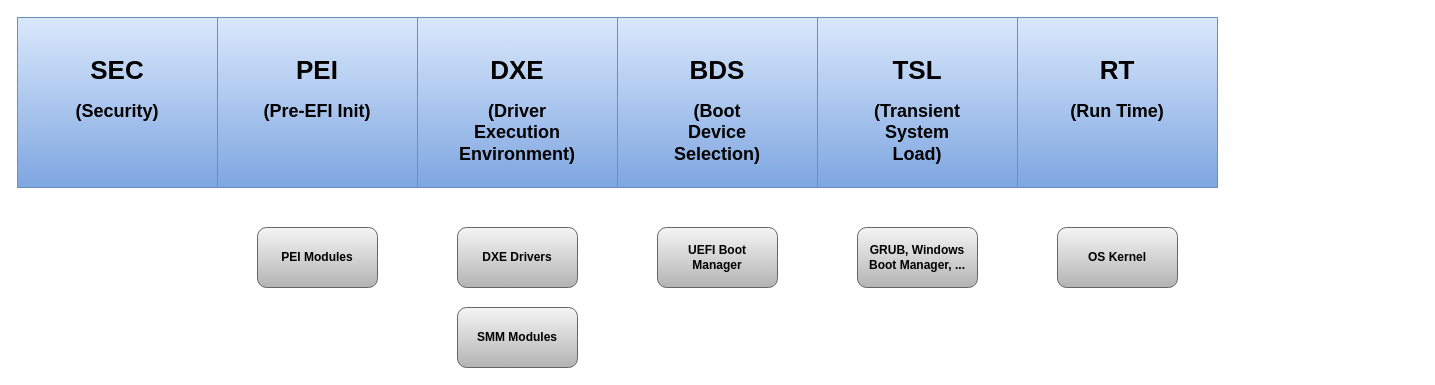
This is page "UEFI Phases" (3 of 3) of images/diagrams/AbismoDiagrams.drawio from TheMalwareGuardian/Abismo, a draw.io file, before an edit. Source tidied: cells renumbered, new cells numbered last; positions are measured from the earlier drawing's top-left corner, leaving out a move shared by most shapes. Both pictures are drawn from the tidied source at 100%, with x=0, y=0 at pixel (17, 17).
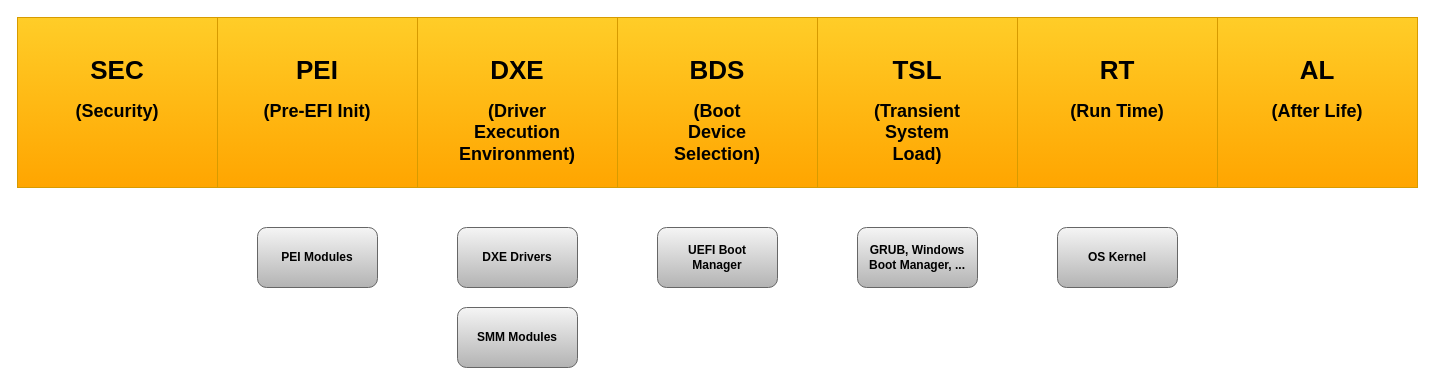
Above is the later version.

The edit, as a diff of the source:
```diff
@@
 <mxGraphModel>
   <root>
     <mxCell id="0" />
     <mxCell id="1" parent="0" />
-    <mxCell id="2" value="&lt;b style=&quot;&quot;&gt;&lt;font style=&quot;font-size: 26px;&quot;&gt;&lt;br&gt;SEC&lt;/font&gt;&lt;br&gt;&lt;br&gt;&lt;span style=&quot;font-size: 18px;&quot;&gt;(Security)&lt;/span&gt;&lt;/b&gt;" style="rounded=0;whiteSpace=wrap;html=1;strokeColor=#6c8ebf;align=center;verticalAlign=top;fontFamily=Helvetica;fontSize=12;fillColor=#dae8fc;gradientDirection=south;gradientColor=#7ea6e0;" parent="1" vertex="1">
+    <mxCell id="2" value="&lt;b style=&quot;&quot;&gt;&lt;font style=&quot;font-size: 26px;&quot;&gt;&lt;br&gt;SEC&lt;/font&gt;&lt;br&gt;&lt;br&gt;&lt;span style=&quot;font-size: 18px;&quot;&gt;(Security)&lt;/span&gt;&lt;/b&gt;" style="rounded=0;whiteSpace=wrap;html=1;strokeColor=#d79b00;align=center;verticalAlign=top;fontFamily=Helvetica;fontSize=12;fillColor=#ffcd28;gradientDirection=south;gradientColor=#ffa500;" parent="1" vertex="1">
       <mxGeometry width="200" height="170" as="geometry" />
     </mxCell>
-    <mxCell id="3" value="&lt;b style=&quot;border-color: var(--border-color);&quot;&gt;&lt;font style=&quot;font-size: 26px;&quot;&gt;&lt;br&gt;PEI&lt;/font&gt;&lt;br&gt;&lt;br style=&quot;border-color: var(--border-color);&quot;&gt;&lt;span style=&quot;font-size: 18px;&quot;&gt;(Pre-EFI Init)&lt;/span&gt;&lt;/b&gt;" style="rounded=0;whiteSpace=wrap;html=1;strokeColor=#6c8ebf;align=center;verticalAlign=top;fontFamily=Helvetica;fontSize=12;fillColor=#dae8fc;gradientDirection=south;gradientColor=#7ea6e0;" parent="1" vertex="1">
+    <mxCell id="3" value="&lt;b style=&quot;border-color: var(--border-color);&quot;&gt;&lt;font style=&quot;font-size: 26px;&quot;&gt;&lt;br&gt;PEI&lt;/font&gt;&lt;br&gt;&lt;br style=&quot;border-color: var(--border-color);&quot;&gt;&lt;span style=&quot;font-size: 18px;&quot;&gt;(Pre-EFI Init)&lt;/span&gt;&lt;/b&gt;" style="rounded=0;whiteSpace=wrap;html=1;strokeColor=#d79b00;align=center;verticalAlign=top;fontFamily=Helvetica;fontSize=12;fillColor=#ffcd28;gradientDirection=south;gradientColor=#ffa500;" parent="1" vertex="1">
       <mxGeometry x="200" width="200" height="170" as="geometry" />
     </mxCell>
-    <mxCell id="4" value="&lt;b style=&quot;border-color: var(--border-color);&quot;&gt;&lt;font style=&quot;font-size: 26px;&quot;&gt;&lt;br&gt;DXE&lt;/font&gt;&lt;br&gt;&lt;br style=&quot;border-color: var(--border-color);&quot;&gt;&lt;span style=&quot;font-size: 18px;&quot;&gt;(Driver &lt;/span&gt;&lt;br&gt;&lt;span style=&quot;font-size: 18px;&quot;&gt;Execution&lt;/span&gt;&lt;br&gt;&lt;span style=&quot;font-size: 18px;&quot;&gt;Environment)&lt;/span&gt;&lt;/b&gt;" style="rounded=0;whiteSpace=wrap;html=1;strokeColor=#6c8ebf;align=center;verticalAlign=top;fontFamily=Helvetica;fontSize=12;fillColor=#dae8fc;gradientColor=#7ea6e0;" parent="1" vertex="1">
+    <mxCell id="4" value="&lt;b style=&quot;border-color: var(--border-color);&quot;&gt;&lt;font style=&quot;font-size: 26px;&quot;&gt;&lt;br&gt;DXE&lt;/font&gt;&lt;br&gt;&lt;br style=&quot;border-color: var(--border-color);&quot;&gt;&lt;span style=&quot;font-size: 18px;&quot;&gt;(Driver &lt;/span&gt;&lt;br&gt;&lt;span style=&quot;font-size: 18px;&quot;&gt;Execution&lt;/span&gt;&lt;br&gt;&lt;span style=&quot;font-size: 18px;&quot;&gt;Environment)&lt;/span&gt;&lt;/b&gt;" style="rounded=0;whiteSpace=wrap;html=1;strokeColor=#d79b00;align=center;verticalAlign=top;fontFamily=Helvetica;fontSize=12;fillColor=#ffcd28;gradientColor=#ffa500;" parent="1" vertex="1">
       <mxGeometry x="400" width="200" height="170" as="geometry" />
     </mxCell>
-    <mxCell id="5" value="&lt;b style=&quot;border-color: var(--border-color);&quot;&gt;&lt;font style=&quot;font-size: 26px;&quot;&gt;&lt;br&gt;BDS&lt;/font&gt;&lt;br&gt;&lt;br style=&quot;border-color: var(--border-color);&quot;&gt;&lt;span style=&quot;font-size: 18px;&quot;&gt;(Boot&lt;/span&gt;&lt;br&gt;&lt;span style=&quot;font-size: 18px;&quot;&gt;Device&lt;/span&gt;&lt;br&gt;&lt;span style=&quot;font-size: 18px;&quot;&gt;Selection)&lt;/span&gt;&lt;/b&gt;" style="rounded=0;whiteSpace=wrap;html=1;strokeColor=#6c8ebf;align=center;verticalAlign=top;fontFamily=Helvetica;fontSize=12;fillColor=#dae8fc;gradientColor=#7ea6e0;" parent="1" vertex="1">
+    <mxCell id="5" value="&lt;b style=&quot;border-color: var(--border-color);&quot;&gt;&lt;font style=&quot;font-size: 26px;&quot;&gt;&lt;br&gt;BDS&lt;/font&gt;&lt;br&gt;&lt;br style=&quot;border-color: var(--border-color);&quot;&gt;&lt;span style=&quot;font-size: 18px;&quot;&gt;(Boot&lt;/span&gt;&lt;br&gt;&lt;span style=&quot;font-size: 18px;&quot;&gt;Device&lt;/span&gt;&lt;br&gt;&lt;span style=&quot;font-size: 18px;&quot;&gt;Selection)&lt;/span&gt;&lt;/b&gt;" style="rounded=0;whiteSpace=wrap;html=1;strokeColor=#d79b00;align=center;verticalAlign=top;fontFamily=Helvetica;fontSize=12;fillColor=#ffcd28;gradientColor=#ffa500;" parent="1" vertex="1">
       <mxGeometry x="600" width="200" height="170" as="geometry" />
     </mxCell>
-    <mxCell id="6" value="&lt;b style=&quot;border-color: var(--border-color);&quot;&gt;&lt;font style=&quot;font-size: 26px;&quot;&gt;&lt;br&gt;TSL&lt;/font&gt;&lt;br&gt;&lt;br style=&quot;border-color: var(--border-color);&quot;&gt;&lt;span style=&quot;font-size: 18px;&quot;&gt;(Transient&lt;/span&gt;&lt;br&gt;&lt;span style=&quot;font-size: 18px;&quot;&gt;System&lt;/span&gt;&lt;br&gt;&lt;span style=&quot;font-size: 18px;&quot;&gt;Load)&lt;/span&gt;&lt;/b&gt;" style="rounded=0;whiteSpace=wrap;html=1;strokeColor=#6c8ebf;align=center;verticalAlign=top;fontFamily=Helvetica;fontSize=12;fillColor=#dae8fc;gradientColor=#7ea6e0;" parent="1" vertex="1">
+    <mxCell id="6" value="&lt;b style=&quot;border-color: var(--border-color);&quot;&gt;&lt;font style=&quot;font-size: 26px;&quot;&gt;&lt;br&gt;TSL&lt;/font&gt;&lt;br&gt;&lt;br style=&quot;border-color: var(--border-color);&quot;&gt;&lt;span style=&quot;font-size: 18px;&quot;&gt;(Transient&lt;/span&gt;&lt;br&gt;&lt;span style=&quot;font-size: 18px;&quot;&gt;System&lt;/span&gt;&lt;br&gt;&lt;span style=&quot;font-size: 18px;&quot;&gt;Load)&lt;/span&gt;&lt;/b&gt;" style="rounded=0;whiteSpace=wrap;html=1;strokeColor=#d79b00;align=center;verticalAlign=top;fontFamily=Helvetica;fontSize=12;fillColor=#ffcd28;gradientColor=#ffa500;" parent="1" vertex="1">
       <mxGeometry x="800" width="200" height="170" as="geometry" />
     </mxCell>
-    <mxCell id="7" value="&lt;b style=&quot;border-color: var(--border-color);&quot;&gt;&lt;font style=&quot;font-size: 26px;&quot;&gt;&lt;br&gt;RT&lt;/font&gt;&lt;br&gt;&lt;br style=&quot;border-color: var(--border-color);&quot;&gt;&lt;span style=&quot;font-size: 18px;&quot;&gt;(Run Time)&lt;/span&gt;&lt;/b&gt;" style="rounded=0;whiteSpace=wrap;html=1;strokeColor=#6c8ebf;align=center;verticalAlign=top;fontFamily=Helvetica;fontSize=12;fillColor=#dae8fc;gradientColor=#7ea6e0;" parent="1" vertex="1">
+    <mxCell id="7" value="&lt;b style=&quot;border-color: var(--border-color);&quot;&gt;&lt;font style=&quot;font-size: 26px;&quot;&gt;&lt;br&gt;RT&lt;/font&gt;&lt;br&gt;&lt;br style=&quot;border-color: var(--border-color);&quot;&gt;&lt;span style=&quot;font-size: 18px;&quot;&gt;(Run Time)&lt;/span&gt;&lt;/b&gt;" style="rounded=0;whiteSpace=wrap;html=1;strokeColor=#d79b00;align=center;verticalAlign=top;fontFamily=Helvetica;fontSize=12;fillColor=#ffcd28;gradientColor=#ffa500;" parent="1" vertex="1">
       <mxGeometry x="1000" width="200" height="170" as="geometry" />
     </mxCell>
     <mxCell id="8" value="PEI Modules" style="rounded=1;whiteSpace=wrap;html=1;strokeColor=#666666;align=center;verticalAlign=middle;fontFamily=Helvetica;fontSize=12;fillColor=#f5f5f5;gradientColor=#b3b3b3;fontStyle=1;" parent="1" vertex="1">
       <mxGeometry x="240" y="210" width="120" height="60" as="geometry" />
     </mxCell>
     <mxCell id="9" value="DXE Drivers" style="rounded=1;whiteSpace=wrap;html=1;strokeColor=#666666;align=center;verticalAlign=middle;fontFamily=Helvetica;fontSize=12;fillColor=#f5f5f5;gradientColor=#b3b3b3;fontStyle=1;" parent="1" vertex="1">
       <mxGeometry x="440" y="210" width="120" height="60" as="geometry" />
     </mxCell>
     <mxCell id="10" value="SMM Modules" style="rounded=1;whiteSpace=wrap;html=1;strokeColor=#666666;align=center;verticalAlign=middle;fontFamily=Helvetica;fontSize=12;fillColor=#f5f5f5;gradientColor=#b3b3b3;fontStyle=1;" parent="1" vertex="1">
       <mxGeometry x="440" y="290" width="120" height="60" as="geometry" />
     </mxCell>
     <mxCell id="11" value="UEFI Boot&lt;br&gt;Manager" style="rounded=1;whiteSpace=wrap;html=1;strokeColor=#666666;align=center;verticalAlign=middle;fontFamily=Helvetica;fontSize=12;fillColor=#f5f5f5;gradientColor=#b3b3b3;fontStyle=1;" parent="1" vertex="1">
       <mxGeometry x="640" y="210" width="120" height="60" as="geometry" />
     </mxCell>
     <mxCell id="12" value="GRUB, Windows Boot Manager, ..." style="rounded=1;whiteSpace=wrap;html=1;strokeColor=#666666;align=center;verticalAlign=middle;fontFamily=Helvetica;fontSize=12;fillColor=#f5f5f5;gradientColor=#b3b3b3;fontStyle=1;" parent="1" vertex="1">
       <mxGeometry x="840" y="210" width="120" height="60" as="geometry" />
     </mxCell>
     <mxCell id="13" value="OS Kernel" style="rounded=1;whiteSpace=wrap;html=1;strokeColor=#666666;align=center;verticalAlign=middle;fontFamily=Helvetica;fontSize=12;fillColor=#f5f5f5;gradientColor=#b3b3b3;fontStyle=1;" parent="1" vertex="1">
       <mxGeometry x="1040" y="210" width="120" height="60" as="geometry" />
     </mxCell>
+    <mxCell id="14" value="&lt;b style=&quot;border-color: var(--border-color);&quot;&gt;&lt;font style=&quot;font-size: 26px;&quot;&gt;&lt;br&gt;AL&lt;/font&gt;&lt;br&gt;&lt;br style=&quot;border-color: var(--border-color);&quot;&gt;&lt;span style=&quot;font-size: 18px;&quot;&gt;(After Life)&lt;/span&gt;&lt;/b&gt;" style="rounded=0;whiteSpace=wrap;html=1;strokeColor=#d79b00;align=center;verticalAlign=top;fontFamily=Helvetica;fontSize=12;fillColor=#ffcd28;gradientColor=#ffa500;" parent="1" vertex="1">
+      <mxGeometry x="1200" width="200" height="170" as="geometry" />
+    </mxCell>
   </root>
 </mxGraphModel>
```
